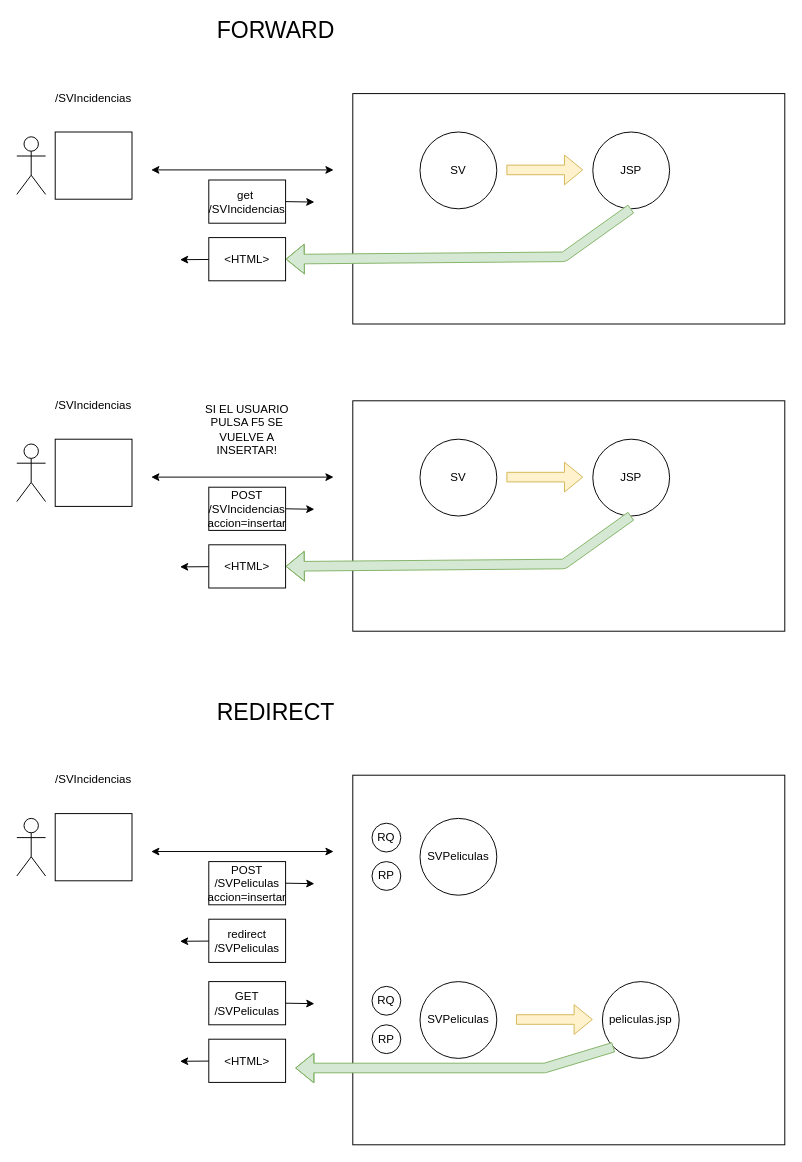
Earlier version of the draw.io diagram page "Página-8" (8 of 30) of diagramas.drawio (lrag/JEE). Source tidied: cells renumbered, new cells numbered last; positions are measured from the earlier drawing's top-left corner, leaving out a move shared by most shapes. Both pictures are drawn from the tidied source at 96%, with x=0, y=0 at pixel (16, 16).
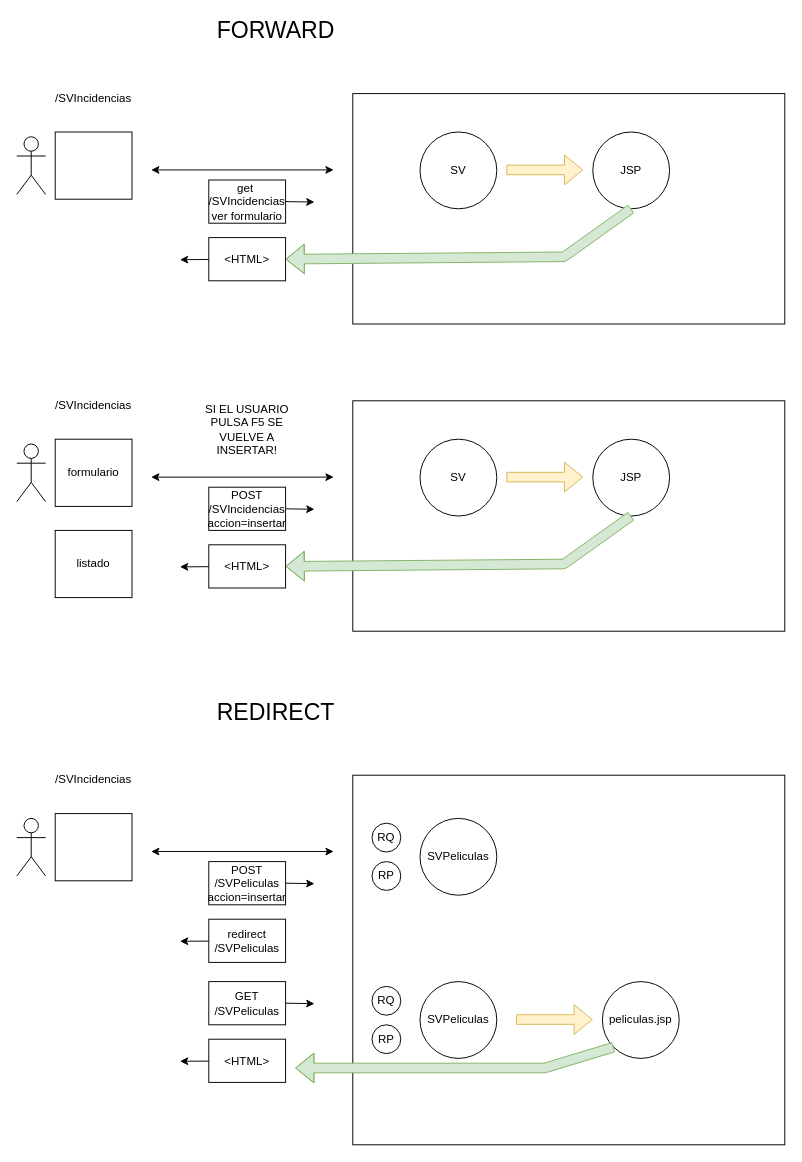
The same page after the edit.

Diff of the diagram source:
```diff
@@
-    <mxCell id="8" value="get&amp;nbsp; /SVIncidencias" style="rounded=0;whiteSpace=wrap;html=1;fontSize=12;fillColor=none;" parent="1" vertex="1">
+    <mxCell id="8" value="get&amp;nbsp; /SVIncidencias&lt;br&gt;ver formulario" style="rounded=0;whiteSpace=wrap;html=1;fontSize=12;fillColor=none;" parent="1" vertex="1">
       <mxGeometry x="200" y="170" width="80" height="45" as="geometry" />
     </mxCell>
@@
-    <mxCell id="40" style="rounded=0;whiteSpace=wrap;html=1;fontSize=12;fillColor=none;" parent="1" vertex="1">
+    <mxCell id="40" value="formulario" style="rounded=0;whiteSpace=wrap;html=1;fontSize=12;fillColor=none;" parent="1" vertex="1">
       <mxGeometry x="40" y="440" width="80" height="70" as="geometry" />
     </mxCell>
@@
+    <mxCell id="53" value="listado" style="rounded=0;whiteSpace=wrap;html=1;fontSize=12;fillColor=none;" parent="1" vertex="1">
+      <mxGeometry x="40" y="535" width="80" height="70" as="geometry" />
+    </mxCell>
```
